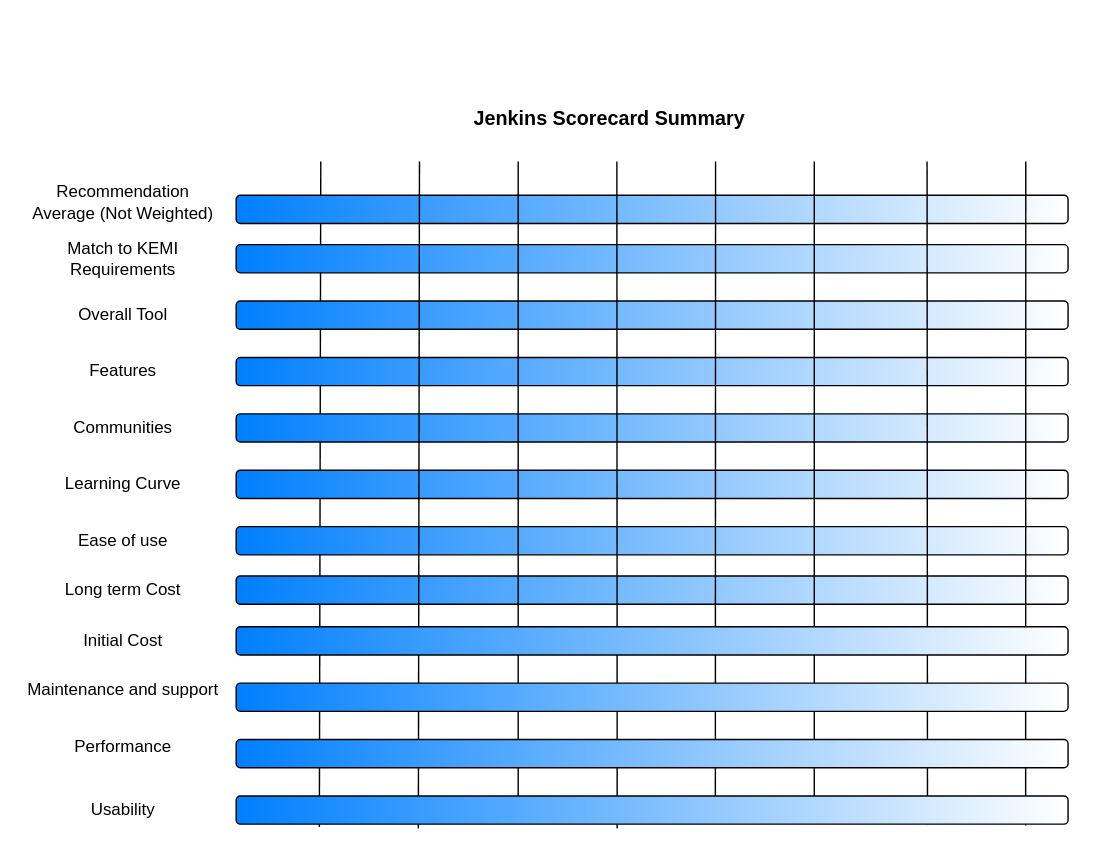
bsk1072/Anand keeps this draw.io diagram as Untitled Diagram.drawio. Above is the earlier version. Source tidied: cells renumbered, new cells numbered last; positions are measured from the earlier drawing's top-left corner, leaving out a move shared by most shapes. Both pictures are drawn from the tidied source at 141%, with x=0, y=0 at pixel (24, 104).
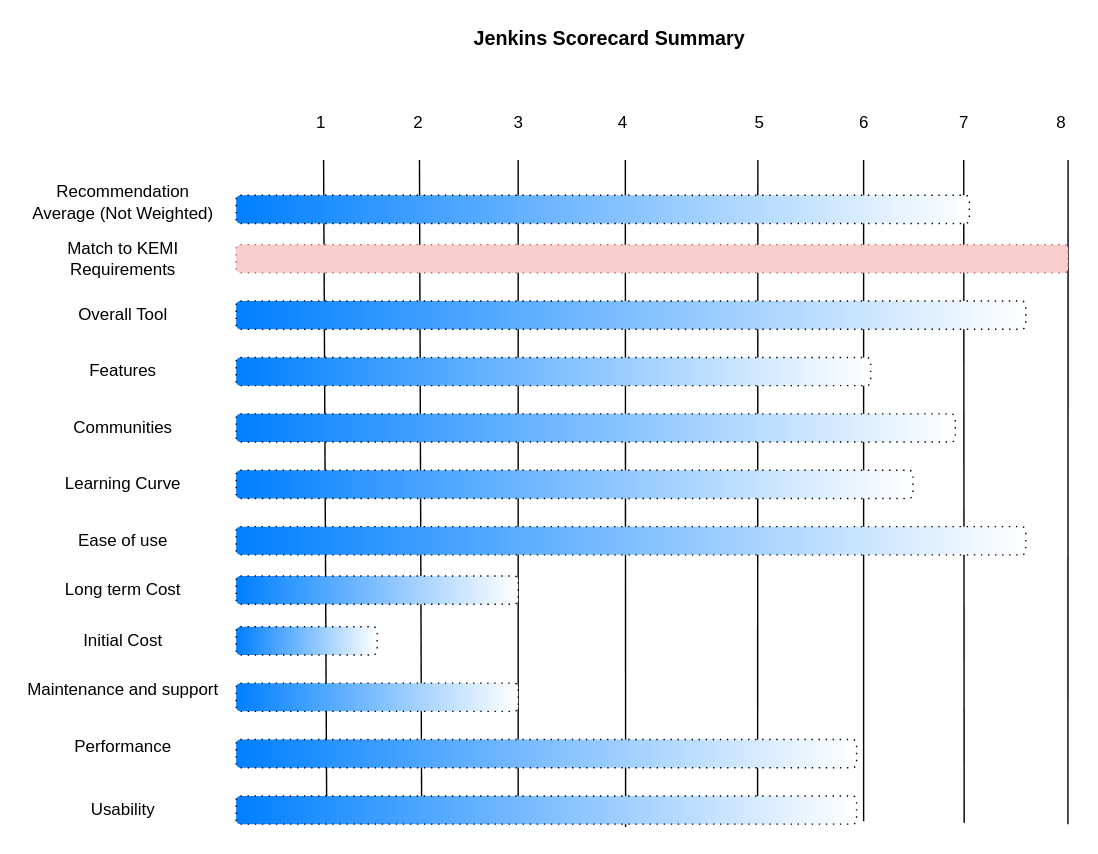
The same page after the edit.

Commit message:
Jenkins score added

Change to the diagram source:
```diff
@@
+    <mxCell id="20" style="endArrow=none;html=1;" parent="1" edge="1">
+      <mxGeometry relative="1" as="geometry">
+        <mxPoint x="350" y="509" as="sourcePoint" />
+        <mxPoint x="350" y="39" as="targetPoint" />
+      </mxGeometry>
+    </mxCell>
+    <mxCell id="21" style="endArrow=none;html=1;exitX=0.458;exitY=1.15;exitDx=0;exitDy=0;exitPerimeter=0;" parent="1" edge="1">
+      <mxGeometry relative="1" as="geometry">
+        <mxPoint x="426.2" y="512" as="sourcePoint" />
+        <mxPoint x="426" y="39" as="targetPoint" />
+      </mxGeometry>
+    </mxCell>
+    <mxCell id="22" style="endArrow=none;html=1;exitX=0.576;exitY=1;exitDx=0;exitDy=0;exitPerimeter=0;" parent="1" edge="1">
+      <mxGeometry relative="1" as="geometry">
+        <mxPoint x="519.8" y="509" as="sourcePoint" />
+        <mxPoint x="520" y="39" as="targetPoint" />
+      </mxGeometry>
+    </mxCell>
+    <mxCell id="23" style="endArrow=none;html=1;" parent="1" edge="1">
+      <mxGeometry relative="1" as="geometry">
+        <mxPoint x="595" y="508" as="sourcePoint" />
+        <mxPoint x="595" y="39" as="targetPoint" />
+      </mxGeometry>
+    </mxCell>
+    <mxCell id="24" style="endArrow=none;html=1;exitX=0.831;exitY=1;exitDx=0;exitDy=0;exitPerimeter=0;" parent="1" edge="1">
+      <mxGeometry relative="1" as="geometry">
+        <mxPoint x="666.3" y="509" as="sourcePoint" />
+        <mxPoint x="666" y="39" as="targetPoint" />
+      </mxGeometry>
+    </mxCell>
+    <mxCell id="25" style="endArrow=none;html=1;exitX=0.949;exitY=1.05;exitDx=0;exitDy=0;exitPerimeter=0;" parent="1" edge="1">
+      <mxGeometry relative="1" as="geometry">
+        <mxPoint x="739.9" y="510" as="sourcePoint" />
+        <mxPoint x="740" y="39" as="targetPoint" />
+      </mxGeometry>
+    </mxCell>
+    <mxCell id="19" style="endArrow=none;html=1;exitX=0.299;exitY=0.96;exitDx=0;exitDy=0;exitPerimeter=0;" parent="1" edge="1" source="33">
+      <mxGeometry relative="1" as="geometry">
+        <mxPoint x="280" y="39" as="targetPoint" />
+      </mxGeometry>
+    </mxCell>
-    <mxCell id="2" style="endArrow=none;html=1;exitX=0.1;exitY=1.1;exitDx=0;exitDy=0;exitPerimeter=0;" parent="1" edge="1" source="33">
+    <mxCell id="2" style="endArrow=none;html=1;exitX=0.146;exitY=1;exitDx=0;exitDy=0;exitPerimeter=0;" parent="1" edge="1" source="33">
       <mxGeometry relative="1" as="geometry">
-        <mxPoint x="210" y="40" as="targetPoint" />
+        <mxPoint x="212" y="39" as="targetPoint" />
       </mxGeometry>
     </mxCell>
-    <mxCell id="3" style="rounded=1;whiteSpace=wrap;html=1;labelBackgroundColor=#ffffff;gradientDirection=west;gradientColor=#007FFF;" parent="1" vertex="1">
-      <mxGeometry x="150" y="64" width="590" height="20" as="geometry" />
+    <mxCell id="3" style="rounded=1;whiteSpace=wrap;html=1;labelBackgroundColor=#ffffff;gradientDirection=west;gradientColor=#007FFF;dashed=1;dashPattern=1 4;" parent="1" vertex="1">
+      <mxGeometry x="150" y="64" width="520" height="20" as="geometry" />
     </mxCell>
@@
     <mxCell id="5" value="Overall Tool" style="text;html=1;strokeColor=none;fillColor=none;align=center;verticalAlign=middle;whiteSpace=wrap;rounded=0;labelBackgroundColor=#ffffff;" parent="1" vertex="1">
-      <mxGeometry y="134" width="140" height="30" as="geometry" />
+      <mxGeometry y="134" width="140" height="29" as="geometry" />
     </mxCell>
@@
-    <mxCell id="12" style="rounded=1;whiteSpace=wrap;html=1;labelBackgroundColor=#ffffff;gradientDirection=west;gradientColor=#007FFF;" parent="1" vertex="1">
+    <mxCell id="12" style="rounded=1;whiteSpace=wrap;html=1;labelBackgroundColor=#ffffff;gradientDirection=west;dashed=1;dashPattern=1 4;fillColor=#f8cecc;strokeColor=#b85450;" parent="1" vertex="1">
       <mxGeometry x="150" y="99" width="590" height="20" as="geometry" />
     </mxCell>
-    <mxCell id="13" style="rounded=1;whiteSpace=wrap;html=1;labelBackgroundColor=#ffffff;gradientDirection=west;gradientColor=#007FFF;" parent="1" vertex="1">
-      <mxGeometry x="150" y="139" width="590" height="20" as="geometry" />
+    <mxCell id="13" style="rounded=1;whiteSpace=wrap;html=1;labelBackgroundColor=#ffffff;gradientDirection=west;gradientColor=#007FFF;dashed=1;dashPattern=1 4;" parent="1" vertex="1">
+      <mxGeometry x="150" y="139" width="560" height="20" as="geometry" />
     </mxCell>
-    <mxCell id="14" style="rounded=1;whiteSpace=wrap;html=1;labelBackgroundColor=#ffffff;gradientDirection=west;gradientColor=#007FFF;" parent="1" vertex="1">
-      <mxGeometry x="150" y="179" width="590" height="20" as="geometry" />
+    <mxCell id="14" style="rounded=1;whiteSpace=wrap;html=1;labelBackgroundColor=#ffffff;gradientDirection=west;gradientColor=#007FFF;dashed=1;dashPattern=1 4;" parent="1" vertex="1">
+      <mxGeometry x="150" y="179" width="450" height="20" as="geometry" />
     </mxCell>
-    <mxCell id="15" style="rounded=1;whiteSpace=wrap;html=1;labelBackgroundColor=#ffffff;gradientDirection=west;gradientColor=#007FFF;" parent="1" vertex="1">
-      <mxGeometry x="150" y="219" width="590" height="20" as="geometry" />
+    <mxCell id="15" style="rounded=1;whiteSpace=wrap;html=1;labelBackgroundColor=#ffffff;gradientDirection=west;gradientColor=#007FFF;dashed=1;dashPattern=1 4;" parent="1" vertex="1">
+      <mxGeometry x="150" y="219" width="510" height="20" as="geometry" />
     </mxCell>
-    <mxCell id="16" style="rounded=1;whiteSpace=wrap;html=1;labelBackgroundColor=#ffffff;gradientDirection=west;gradientColor=#007FFF;" parent="1" vertex="1">
-      <mxGeometry x="150" y="259" width="590" height="20" as="geometry" />
+    <mxCell id="16" style="rounded=1;whiteSpace=wrap;html=1;labelBackgroundColor=#ffffff;gradientDirection=west;gradientColor=#007FFF;dashed=1;dashPattern=1 4;" parent="1" vertex="1">
+      <mxGeometry x="150" y="259" width="480" height="20" as="geometry" />
     </mxCell>
-    <mxCell id="17" style="rounded=1;whiteSpace=wrap;html=1;labelBackgroundColor=#ffffff;gradientDirection=west;gradientColor=#007FFF;" parent="1" vertex="1">
-      <mxGeometry x="150" y="299" width="590" height="20" as="geometry" />
+    <mxCell id="17" style="rounded=1;whiteSpace=wrap;html=1;labelBackgroundColor=#ffffff;gradientDirection=west;gradientColor=#007FFF;dashed=1;dashPattern=1 4;" parent="1" vertex="1">
+      <mxGeometry x="150" y="299" width="560" height="20" as="geometry" />
     </mxCell>
-    <mxCell id="18" style="rounded=1;whiteSpace=wrap;html=1;labelBackgroundColor=#ffffff;gradientDirection=west;gradientColor=#007FFF;" parent="1" vertex="1">
-      <mxGeometry x="150" y="334" width="590" height="20" as="geometry" />
+    <mxCell id="18" style="rounded=1;whiteSpace=wrap;html=1;labelBackgroundColor=#ffffff;gradientDirection=west;gradientColor=#007FFF;dashed=1;dashPattern=1 4;" parent="1" vertex="1">
+      <mxGeometry x="150" y="334" width="200" height="20" as="geometry" />
     </mxCell>
-    <mxCell id="19" style="endArrow=none;html=1;exitX=0.219;exitY=1.15;exitDx=0;exitDy=0;exitPerimeter=0;" parent="1" edge="1" source="33">
-      <mxGeometry relative="1" as="geometry">
-        <mxPoint x="280" y="40" as="targetPoint" />
-      </mxGeometry>
-    </mxCell>
-    <mxCell id="20" style="endArrow=none;html=1;" parent="1" edge="1">
-      <mxGeometry relative="1" as="geometry">
-        <mxPoint x="350" y="510" as="sourcePoint" />
-        <mxPoint x="350" y="40" as="targetPoint" />
-      </mxGeometry>
-    </mxCell>
-    <mxCell id="21" style="endArrow=none;html=1;exitX=0.458;exitY=1.15;exitDx=0;exitDy=0;exitPerimeter=0;" parent="1" edge="1" source="33">
-      <mxGeometry relative="1" as="geometry">
-        <mxPoint x="420" y="40" as="targetPoint" />
-      </mxGeometry>
-    </mxCell>
-    <mxCell id="22" style="endArrow=none;html=1;exitX=0.576;exitY=1;exitDx=0;exitDy=0;exitPerimeter=0;" parent="1" edge="1" source="33">
-      <mxGeometry relative="1" as="geometry">
-        <mxPoint x="490" y="40" as="targetPoint" />
-      </mxGeometry>
-    </mxCell>
-    <mxCell id="23" style="endArrow=none;html=1;" parent="1" edge="1">
-      <mxGeometry relative="1" as="geometry">
-        <mxPoint x="560" y="509" as="sourcePoint" />
-        <mxPoint x="560" y="40" as="targetPoint" />
-      </mxGeometry>
-    </mxCell>
-    <mxCell id="24" style="endArrow=none;html=1;exitX=0.831;exitY=1;exitDx=0;exitDy=0;exitPerimeter=0;" parent="1" edge="1" source="33">
-      <mxGeometry relative="1" as="geometry">
-        <mxPoint x="640" y="40" as="targetPoint" />
-      </mxGeometry>
-    </mxCell>
-    <mxCell id="25" style="endArrow=none;html=1;exitX=0.949;exitY=1.05;exitDx=0;exitDy=0;exitPerimeter=0;" parent="1" edge="1" source="33">
-      <mxGeometry relative="1" as="geometry">
-        <mxPoint x="710" y="40" as="targetPoint" />
-      </mxGeometry>
-    </mxCell>
@@
-    <mxCell id="30" style="rounded=1;whiteSpace=wrap;html=1;labelBackgroundColor=#ffffff;gradientDirection=west;gradientColor=#007FFF;" parent="1" vertex="1">
-      <mxGeometry x="150" y="370" width="590" height="20" as="geometry" />
+    <mxCell id="30" style="rounded=1;whiteSpace=wrap;html=1;labelBackgroundColor=#ffffff;gradientDirection=west;gradientColor=#007FFF;dashed=1;dashPattern=1 4;" parent="1" vertex="1">
+      <mxGeometry x="150" y="370" width="100" height="20" as="geometry" />
     </mxCell>
-    <mxCell id="31" style="rounded=1;whiteSpace=wrap;html=1;labelBackgroundColor=#ffffff;gradientDirection=west;gradientColor=#007FFF;" parent="1" vertex="1">
-      <mxGeometry x="150" y="410" width="590" height="20" as="geometry" />
+    <mxCell id="31" style="rounded=1;whiteSpace=wrap;html=1;labelBackgroundColor=#ffffff;gradientDirection=west;gradientColor=#007FFF;dashed=1;dashPattern=1 4;" parent="1" vertex="1">
+      <mxGeometry x="150" y="410" width="200" height="20" as="geometry" />
     </mxCell>
-    <mxCell id="32" style="rounded=1;whiteSpace=wrap;html=1;labelBackgroundColor=#ffffff;gradientDirection=west;gradientColor=#007FFF;" parent="1" vertex="1">
-      <mxGeometry x="150" y="450" width="590" height="20" as="geometry" />
+    <mxCell id="32" style="rounded=1;whiteSpace=wrap;html=1;labelBackgroundColor=#ffffff;gradientDirection=west;gradientColor=#007FFF;dashed=1;dashPattern=1 4;" parent="1" vertex="1">
+      <mxGeometry x="150" y="450" width="440" height="20" as="geometry" />
     </mxCell>
-    <mxCell id="33" style="rounded=1;whiteSpace=wrap;html=1;labelBackgroundColor=#ffffff;gradientDirection=west;gradientColor=#007FFF;" parent="1" vertex="1">
-      <mxGeometry x="150" y="490" width="590" height="20" as="geometry" />
+    <mxCell id="33" style="rounded=1;whiteSpace=wrap;html=1;labelBackgroundColor=#ffffff;gradientDirection=west;gradientColor=#007FFF;dashed=1;dashPattern=1 4;" parent="1" vertex="1">
+      <mxGeometry x="150" y="490" width="440" height="20" as="geometry" />
     </mxCell>
     <mxCell id="34" value="&lt;b&gt;&lt;font style=&quot;font-size: 14px&quot;&gt;Jenkins Scorecard Summary&lt;/font&gt;&lt;/b&gt;" style="text;html=1;strokeColor=none;fillColor=none;align=center;verticalAlign=middle;whiteSpace=wrap;rounded=0;" parent="1" vertex="1">
-      <mxGeometry x="310" width="210" height="20" as="geometry" />
+      <mxGeometry x="310" y="-57" width="210" height="20" as="geometry" />
     </mxCell>
+    <mxCell id="35" value="1" style="text;html=1;align=center;verticalAlign=middle;" parent="1" vertex="1">
+      <mxGeometry x="200" y="3" width="20" height="20" as="geometry" />
+    </mxCell>
+    <mxCell id="36" value="2" style="text;html=1;align=center;verticalAlign=middle;" parent="1" vertex="1">
+      <mxGeometry x="269" y="3" width="20" height="20" as="geometry" />
+    </mxCell>
+    <mxCell id="37" value="3" style="text;html=1;align=center;verticalAlign=middle;" parent="1" vertex="1">
+      <mxGeometry x="340" y="3" width="20" height="20" as="geometry" />
+    </mxCell>
+    <mxCell id="38" value="4" style="text;html=1;align=center;verticalAlign=middle;" parent="1" vertex="1">
+      <mxGeometry x="414" y="3" width="20" height="20" as="geometry" />
+    </mxCell>
+    <mxCell id="39" value="5" style="text;html=1;align=center;verticalAlign=middle;" parent="1" vertex="1">
+      <mxGeometry x="511" y="3" width="20" height="20" as="geometry" />
+    </mxCell>
+    <mxCell id="40" value="6" style="text;html=1;align=center;verticalAlign=middle;" parent="1" vertex="1">
+      <mxGeometry x="585" y="3" width="20" height="20" as="geometry" />
+    </mxCell>
+    <mxCell id="41" value="7" style="text;html=1;align=center;verticalAlign=middle;" parent="1" vertex="1">
+      <mxGeometry x="656" y="3" width="20" height="20" as="geometry" />
+    </mxCell>
+    <mxCell id="42" value="8" style="text;html=1;align=center;verticalAlign=middle;" parent="1" vertex="1">
+      <mxGeometry x="725" y="3" width="20" height="20" as="geometry" />
+    </mxCell>
```
